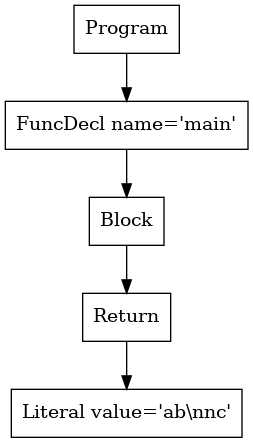
Above: p2-parser/tree.png in dada1802/cs432-project (Graphviz), before the change. Its source is kept beside it as p2-parser/tree.dot.
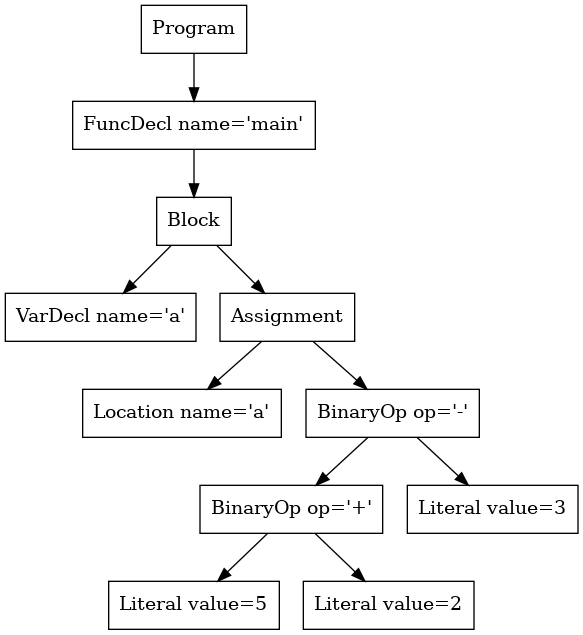
After the change.

Diff of the diagram source:
```diff
@@ -1,9 +1,21 @@
 digraph AST {
-4 [shape=box, label="Literal value='ab\\nnc'"];
-3 [shape=box, label="Return"];
-3 -> 4;
+3 [shape=box, label="VarDecl name='a'"];
+5 [shape=box, label="Location name='a'"];
+8 [shape=box, label="Literal value=5"];
+9 [shape=box, label="Literal value=2"];
+7 [shape=box, label="BinaryOp op='+'"];
+7 -> 8;
+7 -> 9;
+10 [shape=box, label="Literal value=3"];
+6 [shape=box, label="BinaryOp op='-'"];
+6 -> 7;
+6 -> 10;
+4 [shape=box, label="Assignment"];
+4 -> 5;
+4 -> 6;
 2 [shape=box, label="Block"];
 2 -> 3;
+2 -> 4;
 1 [shape=box, label="FuncDecl name='main'"];
 1 -> 2;
 0 [shape=box, label="Program"];
```
